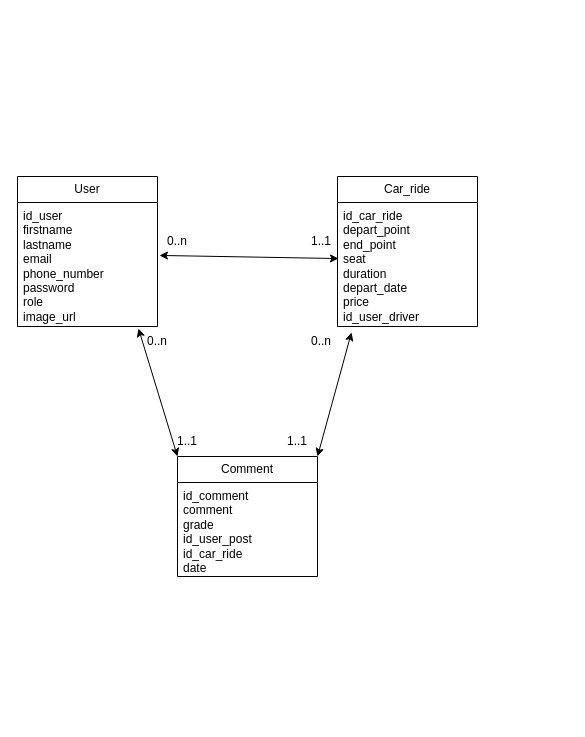
This is mcd covoiturage.drawio from Nofinu/CovoiturageApp, a draw.io file, before an edit. Source tidied: cells renumbered, new cells numbered last; positions are measured from the earlier drawing's top-left corner, leaving out a move shared by most shapes. Both pictures are drawn from the tidied source at 100%, with x=0, y=0 at pixel (17, 176).
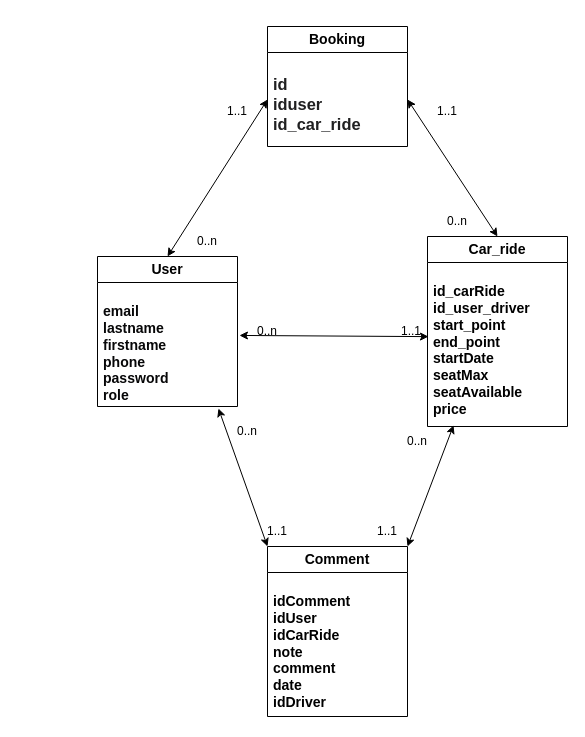
Above is the later version.

The edit, as a diff of the source:
```diff
@@
-    <mxCell id="2" value="Comment" style="swimlane;fontStyle=0;horizontal=1;startSize=26;fillColor=none;whiteSpace=wrap;html=1;" parent="1" vertex="1">
-      <mxGeometry x="160" y="280" width="140" height="120" as="geometry" />
+    <mxCell id="2" value="&lt;h3&gt;Comment&lt;/h3&gt;" style="swimlane;fontStyle=0;horizontal=1;startSize=26;fillColor=none;whiteSpace=wrap;html=1;" parent="1" vertex="1">
+      <mxGeometry x="250" y="370" width="140" height="170" as="geometry" />
     </mxCell>
-    <mxCell id="3" value="id_comment&lt;br&gt;comment&lt;br&gt;grade&lt;br&gt;id_user_post&lt;br&gt;id_car_ride&lt;br&gt;date" style="text;strokeColor=none;fillColor=none;align=left;verticalAlign=top;spacingLeft=4;spacingRight=4;overflow=hidden;whiteSpace=wrap;html=1;" parent="2" vertex="1">
-      <mxGeometry y="26" width="140" height="94" as="geometry" />
-    </mxCell>
+    <mxCell id="17" value="&lt;div style=&quot;&quot;&gt;&lt;h3 style=&quot;&quot;&gt;&lt;font style=&quot;background-color: rgb(255, 255, 255);&quot; face=&quot;Helvetica&quot;&gt;idComment&lt;br&gt;&lt;/font&gt;&lt;font style=&quot;background-color: rgb(255, 255, 255);&quot; face=&quot;Helvetica&quot;&gt;idUser&lt;br&gt;&lt;/font&gt;&lt;font style=&quot;background-color: rgb(255, 255, 255);&quot; face=&quot;Helvetica&quot;&gt;idCarRide&lt;/font&gt;&lt;br&gt;&lt;font style=&quot;background-color: rgb(255, 255, 255);&quot; face=&quot;Helvetica&quot;&gt;note&lt;/font&gt;&lt;br&gt;&lt;font style=&quot;background-color: rgb(255, 255, 255);&quot; face=&quot;Helvetica&quot;&gt;comment&lt;/font&gt;&lt;br&gt;&lt;font style=&quot;&quot; face=&quot;Helvetica&quot;&gt;&lt;span style=&quot;background-color: rgb(255, 255, 255);&quot;&gt;date&lt;br&gt;&lt;/span&gt;&lt;/font&gt;idDriver&lt;/h3&gt;&lt;/div&gt;" style="text;strokeColor=none;fillColor=none;align=left;verticalAlign=top;spacingLeft=4;spacingRight=4;overflow=hidden;whiteSpace=wrap;html=1;" parent="2" vertex="1">
+      <mxGeometry y="26" width="140" height="144" as="geometry" />
+    </mxCell>
-    <mxCell id="4" value="User" style="swimlane;fontStyle=0;horizontal=1;startSize=26;fillColor=none;whiteSpace=wrap;html=1;" parent="1" vertex="1">
-      <mxGeometry width="140" height="150" as="geometry" />
+    <mxCell id="4" value="&lt;h3&gt;User&lt;/h3&gt;" style="swimlane;fontStyle=0;horizontal=1;startSize=26;fillColor=none;whiteSpace=wrap;html=1;" parent="1" vertex="1">
+      <mxGeometry x="80" y="80" width="140" height="150" as="geometry" />
     </mxCell>
-    <mxCell id="5" value="id_user&lt;br&gt;firstname&lt;br&gt;lastname&lt;br&gt;email&lt;br&gt;phone_number&lt;br&gt;password&lt;br&gt;role&lt;br&gt;image_url" style="text;strokeColor=none;fillColor=none;align=left;verticalAlign=top;spacingLeft=4;spacingRight=4;overflow=hidden;points=[[0,0.5],[1,0.5]];portConstraint=eastwest;whiteSpace=wrap;html=1;" parent="4" vertex="1">
-      <mxGeometry y="26" width="140" height="124" as="geometry" />
-    </mxCell>
+    <mxCell id="18" value="&lt;div style=&quot;&quot;&gt;&lt;h3 style=&quot;&quot;&gt;&lt;font style=&quot;&quot; color=&quot;#070708&quot;&gt;&lt;font style=&quot;&quot; face=&quot;Helvetica&quot;&gt;email&lt;br&gt;&lt;/font&gt;&lt;font style=&quot;&quot; face=&quot;Helvetica&quot;&gt;lastname&lt;br&gt;&lt;/font&gt;&lt;font style=&quot;&quot; face=&quot;Helvetica&quot;&gt;firstname&lt;br&gt;&lt;/font&gt;&lt;font style=&quot;&quot; face=&quot;Helvetica&quot;&gt;phone&lt;br&gt;&lt;/font&gt;&lt;font style=&quot;&quot; face=&quot;Helvetica&quot;&gt;password&lt;br&gt;&lt;/font&gt;&lt;font style=&quot;&quot; face=&quot;Helvetica&quot;&gt;role&lt;/font&gt;&lt;/font&gt;&lt;/h3&gt;&lt;/div&gt;" style="text;strokeColor=none;fillColor=none;align=left;verticalAlign=top;spacingLeft=4;spacingRight=4;overflow=hidden;points=[[0,0.5],[1,0.5]];portConstraint=eastwest;whiteSpace=wrap;html=1;" parent="4" vertex="1">
+      <mxGeometry y="26" width="140" height="124" as="geometry" />
+    </mxCell>
-    <mxCell id="6" value="Car_ride" style="swimlane;fontStyle=0;horizontal=1;startSize=26;fillColor=none;whiteSpace=wrap;html=1;" parent="1" vertex="1">
-      <mxGeometry x="320" width="140" height="150" as="geometry" />
+    <mxCell id="6" value="&lt;h3&gt;Car_ride&lt;/h3&gt;" style="swimlane;fontStyle=0;horizontal=1;startSize=26;fillColor=none;whiteSpace=wrap;html=1;" parent="1" vertex="1">
+      <mxGeometry x="410" y="60" width="140" height="190" as="geometry" />
     </mxCell>
-    <mxCell id="7" value="id_car_ride&lt;br&gt;depart_point&lt;br&gt;end_point&lt;br&gt;seat&lt;br&gt;duration&lt;br&gt;depart_date&lt;br&gt;price&lt;br&gt;id_user_driver" style="text;strokeColor=none;fillColor=none;align=left;verticalAlign=top;spacingLeft=4;spacingRight=4;overflow=hidden;points=[[0,0.5],[1,0.5]];portConstraint=eastwest;whiteSpace=wrap;html=1;" parent="6" vertex="1">
-      <mxGeometry y="26" width="140" height="124" as="geometry" />
-    </mxCell>
-    <mxCell id="8" style="endArrow=classic;startArrow=classic;html=1;rounded=0;exitX=1.014;exitY=0.427;exitDx=0;exitDy=0;exitPerimeter=0;entryX=0.007;entryY=0.452;entryDx=0;entryDy=0;entryPerimeter=0;" parent="1" edge="1" source="5" target="7">
-      <mxGeometry relative="1" as="geometry" />
-    </mxCell>
-    <mxCell id="9" style="endArrow=classic;startArrow=classic;html=1;rounded=0;exitX=0.864;exitY=1.016;exitDx=0;exitDy=0;exitPerimeter=0;entryX=0;entryY=0;entryDx=0;entryDy=0;" parent="1" edge="1" source="5" target="2">
-      <mxGeometry relative="1" as="geometry" />
-    </mxCell>
-    <mxCell id="10" style="endArrow=classic;startArrow=classic;html=1;rounded=0;exitX=1;exitY=0;exitDx=0;exitDy=0;entryX=0.1;entryY=1.048;entryDx=0;entryDy=0;entryPerimeter=0;" parent="1" edge="1" source="2" target="7">
-      <mxGeometry relative="1" as="geometry" />
-    </mxCell>
-    <mxCell id="11" value="1..1" style="text;html=1;strokeColor=none;fillColor=none;align=center;verticalAlign=middle;whiteSpace=wrap;rounded=0;" parent="1" vertex="1">
-      <mxGeometry x="274" y="50" width="60" height="30" as="geometry" />
-    </mxCell>
-    <mxCell id="12" value="0..n" style="text;html=1;strokeColor=none;fillColor=none;align=center;verticalAlign=middle;whiteSpace=wrap;rounded=0;" parent="1" vertex="1">
-      <mxGeometry x="130" y="50" width="60" height="30" as="geometry" />
-    </mxCell>
-    <mxCell id="13" value="0..n" style="text;html=1;strokeColor=none;fillColor=none;align=center;verticalAlign=middle;whiteSpace=wrap;rounded=0;" parent="1" vertex="1">
-      <mxGeometry x="110" y="150" width="60" height="30" as="geometry" />
-    </mxCell>
-    <mxCell id="14" value="1..1" style="text;html=1;strokeColor=none;fillColor=none;align=center;verticalAlign=middle;whiteSpace=wrap;rounded=0;" parent="1" vertex="1">
-      <mxGeometry x="140" y="250" width="60" height="30" as="geometry" />
-    </mxCell>
-    <mxCell id="15" value="1..1" style="text;html=1;strokeColor=none;fillColor=none;align=center;verticalAlign=middle;whiteSpace=wrap;rounded=0;" parent="1" vertex="1">
-      <mxGeometry x="250" y="250" width="60" height="30" as="geometry" />
-    </mxCell>
-    <mxCell id="16" value="0..n" style="text;html=1;strokeColor=none;fillColor=none;align=center;verticalAlign=middle;whiteSpace=wrap;rounded=0;" parent="1" vertex="1">
-      <mxGeometry x="274" y="150" width="60" height="30" as="geometry" />
-    </mxCell>
+    <mxCell id="19" value="&lt;div style=&quot;&quot;&gt;&lt;h3 style=&quot;&quot;&gt;&lt;font style=&quot;&quot; face=&quot;Helvetica&quot;&gt;id_carRide&lt;br&gt;&lt;/font&gt;&lt;font style=&quot;&quot; face=&quot;Helvetica&quot;&gt;id_user_driver&lt;br&gt;&lt;/font&gt;&lt;font style=&quot;&quot; face=&quot;Helvetica&quot;&gt;start_point&lt;br&gt;&lt;/font&gt;&lt;font style=&quot;&quot; face=&quot;Helvetica&quot;&gt;end_point&lt;br&gt;&lt;/font&gt;&lt;font style=&quot;&quot; face=&quot;Helvetica&quot;&gt;startDate&lt;br&gt;&lt;/font&gt;&lt;font style=&quot;&quot; face=&quot;Helvetica&quot;&gt;seatMax&lt;br&gt;&lt;/font&gt;seatAvailable&lt;br&gt;price&lt;/h3&gt;&lt;/div&gt;" style="text;strokeColor=none;fillColor=none;align=left;verticalAlign=top;spacingLeft=4;spacingRight=4;overflow=hidden;points=[[0,0.5],[1,0.5]];portConstraint=eastwest;whiteSpace=wrap;html=1;" parent="6" vertex="1">
+      <mxGeometry y="26" width="140" height="164" as="geometry" />
+    </mxCell>
+    <mxCell id="20" style="endArrow=classic;startArrow=classic;html=1;rounded=0;exitX=1.014;exitY=0.427;exitDx=0;exitDy=0;exitPerimeter=0;entryX=0.007;entryY=0.452;entryDx=0;entryDy=0;entryPerimeter=0;" parent="1" edge="1" source="18" target="19">
+      <mxGeometry relative="1" as="geometry" />
+    </mxCell>
+    <mxCell id="21" style="endArrow=classic;startArrow=classic;html=1;rounded=0;exitX=0.864;exitY=1.016;exitDx=0;exitDy=0;exitPerimeter=0;entryX=0;entryY=0;entryDx=0;entryDy=0;" parent="1" edge="1" source="18" target="2">
+      <mxGeometry relative="1" as="geometry" />
+    </mxCell>
+    <mxCell id="22" style="endArrow=classic;startArrow=classic;html=1;rounded=0;exitX=1;exitY=0;exitDx=0;exitDy=0;entryX=0.186;entryY=0.993;entryDx=0;entryDy=0;entryPerimeter=0;" parent="1" edge="1" source="2" target="19">
+      <mxGeometry relative="1" as="geometry" />
+    </mxCell>
+    <mxCell id="23" value="1..1" style="text;html=1;strokeColor=none;fillColor=none;align=center;verticalAlign=middle;whiteSpace=wrap;rounded=0;" parent="1" vertex="1">
+      <mxGeometry x="364" y="140" width="60" height="30" as="geometry" />
+    </mxCell>
+    <mxCell id="24" value="0..n" style="text;html=1;strokeColor=none;fillColor=none;align=center;verticalAlign=middle;whiteSpace=wrap;rounded=0;" parent="1" vertex="1">
+      <mxGeometry x="220" y="140" width="60" height="30" as="geometry" />
+    </mxCell>
+    <mxCell id="25" value="0..n" style="text;html=1;strokeColor=none;fillColor=none;align=center;verticalAlign=middle;whiteSpace=wrap;rounded=0;" parent="1" vertex="1">
+      <mxGeometry x="200" y="240" width="60" height="30" as="geometry" />
+    </mxCell>
+    <mxCell id="26" value="1..1" style="text;html=1;strokeColor=none;fillColor=none;align=center;verticalAlign=middle;whiteSpace=wrap;rounded=0;" parent="1" vertex="1">
+      <mxGeometry x="230" y="340" width="60" height="30" as="geometry" />
+    </mxCell>
+    <mxCell id="27" value="1..1" style="text;html=1;strokeColor=none;fillColor=none;align=center;verticalAlign=middle;whiteSpace=wrap;rounded=0;" parent="1" vertex="1">
+      <mxGeometry x="340" y="340" width="60" height="30" as="geometry" />
+    </mxCell>
+    <mxCell id="28" value="0..n" style="text;html=1;strokeColor=none;fillColor=none;align=center;verticalAlign=middle;whiteSpace=wrap;rounded=0;" parent="1" vertex="1">
+      <mxGeometry x="370" y="250" width="60" height="30" as="geometry" />
+    </mxCell>
+    <mxCell id="29" value="&lt;h3&gt;Booking&lt;/h3&gt;" style="swimlane;fontStyle=0;horizontal=1;startSize=26;fillColor=none;whiteSpace=wrap;html=1;" parent="1" vertex="1">
+      <mxGeometry x="250" y="-150" width="140" height="120" as="geometry" />
+    </mxCell>
+    <mxCell id="30" value="&lt;div style=&quot;&quot;&gt;&lt;h3 style=&quot;&quot;&gt;&lt;div style=&quot;&quot;&gt;&lt;h3 style=&quot;&quot;&gt;&lt;font style=&quot;background-color: rgb(255, 255, 255);&quot; color=&quot;#202021&quot;&gt;id&lt;br&gt;iduser&lt;br&gt;id_car_ride&lt;/font&gt;&lt;/h3&gt;&lt;/div&gt;&lt;/h3&gt;&lt;/div&gt;" style="text;strokeColor=none;fillColor=none;align=left;verticalAlign=top;spacingLeft=4;spacingRight=4;overflow=hidden;points=[[0,0.5],[1,0.5]];portConstraint=eastwest;whiteSpace=wrap;html=1;" parent="29" vertex="1">
+      <mxGeometry y="26" width="140" height="94" as="geometry" />
+    </mxCell>
+    <mxCell id="31" style="endArrow=classic;startArrow=classic;html=1;rounded=0;exitX=0.5;exitY=0;exitDx=0;exitDy=0;entryX=0;entryY=0.5;entryDx=0;entryDy=0;" parent="1" edge="1" source="4" target="30">
+      <mxGeometry relative="1" as="geometry" />
+    </mxCell>
+    <mxCell id="32" style="endArrow=classic;startArrow=classic;html=1;rounded=0;exitX=1;exitY=0.5;exitDx=0;exitDy=0;entryX=0.5;entryY=0;entryDx=0;entryDy=0;" parent="1" edge="1" source="30" target="6">
+      <mxGeometry relative="1" as="geometry" />
+    </mxCell>
+    <mxCell id="33" value="0..n" style="text;html=1;strokeColor=none;fillColor=none;align=center;verticalAlign=middle;whiteSpace=wrap;rounded=0;" parent="1" vertex="1">
+      <mxGeometry x="160" y="50" width="60" height="30" as="geometry" />
+    </mxCell>
+    <mxCell id="34" value="0..n" style="text;html=1;strokeColor=none;fillColor=none;align=center;verticalAlign=middle;whiteSpace=wrap;rounded=0;" parent="1" vertex="1">
+      <mxGeometry x="410" y="30" width="60" height="30" as="geometry" />
+    </mxCell>
+    <mxCell id="35" value="1..1" style="text;html=1;strokeColor=none;fillColor=none;align=center;verticalAlign=middle;whiteSpace=wrap;rounded=0;" parent="1" vertex="1">
+      <mxGeometry x="190" y="-80" width="60" height="30" as="geometry" />
+    </mxCell>
+    <mxCell id="36" value="1..1" style="text;html=1;strokeColor=none;fillColor=none;align=center;verticalAlign=middle;whiteSpace=wrap;rounded=0;" parent="1" vertex="1">
+      <mxGeometry x="400" y="-80" width="60" height="30" as="geometry" />
+    </mxCell>
```
